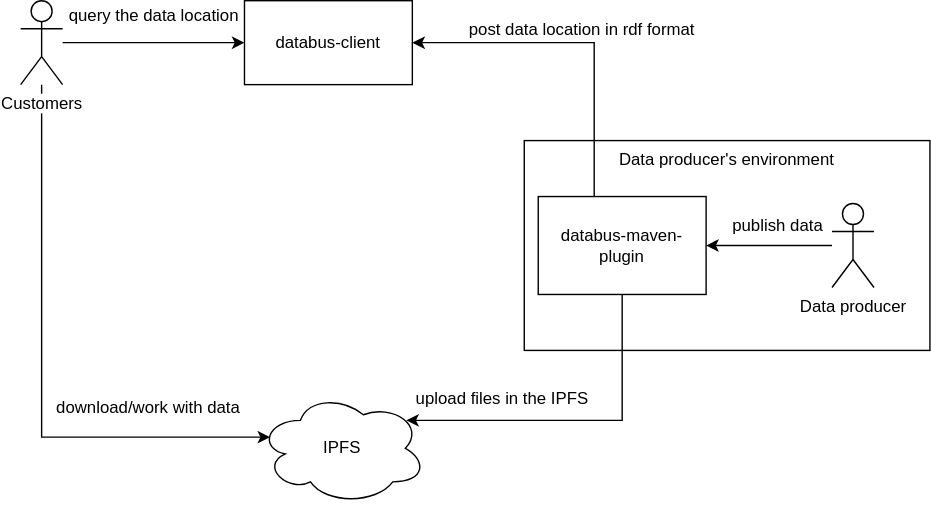
manonthegithub/GSoC-2020 keeps this draw.io diagram as dbpedia/new1.svg. Above is the earlier version. Source tidied: cells renumbered, new cells last; positions are measured from the earlier drawing's top-left corner, leaving out a move shared by most shapes.
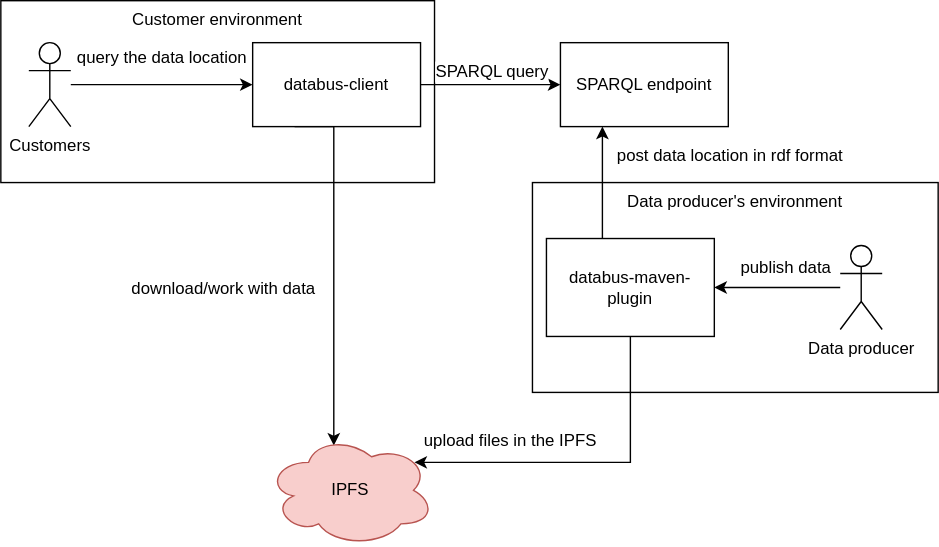
The same diagram one commit later.

The edit, as a diff of the source:
```diff
@@ -2,75 +2,95 @@
   <root>
     <mxCell id="0" />
     <mxCell id="1" parent="0" />
-    <mxCell id="2" style="edgeStyle=orthogonalEdgeStyle;rounded=0;jettySize=auto;html=1;entryX=0;entryY=0.5;entryDx=0;entryDy=0;" parent="1" edge="1" source="6" target="8">
-      <mxGeometry relative="1" as="geometry" />
+    <mxCell id="2" value="Customer environment" style="rounded=0;whiteSpace=wrap;html=1;verticalAlign=top;" parent="1" vertex="1">
+      <mxGeometry x="-20" y="-30" width="310" height="130" as="geometry" />
     </mxCell>
-    <mxCell id="3" value="query the data location" style="text;html=1;align=center;verticalAlign=middle;labelBackgroundColor=#ffffff;" parent="2" vertex="1">
-      <mxGeometry x="-0.22" relative="1" as="geometry">
-        <mxPoint x="13" y="-20" as="offset" />
-      </mxGeometry>
+    <mxCell id="3" style="edgeStyle=orthogonalEdgeStyle;rounded=0;jettySize=auto;html=1;entryX=0;entryY=0.5;entryDx=0;entryDy=0;" parent="1" edge="1" source="7" target="11">
+      <mxGeometry relative="1" as="geometry" />
     </mxCell>
-    <mxCell id="4" style="edgeStyle=orthogonalEdgeStyle;rounded=0;jettySize=auto;html=1;entryX=0.07;entryY=0.4;entryDx=0;entryDy=0;entryPerimeter=0;" parent="1" edge="1" source="6" target="7">
-      <mxGeometry relative="1" as="geometry">
-        <Array as="points">
-          <mxPoint x="15" y="312" />
-        </Array>
+    <mxCell id="4" value="query the data location" style="text;html=1;align=center;verticalAlign=middle;labelBackgroundColor=#ffffff;" parent="3" vertex="1">
+      <mxGeometry x="-0.22" relative="1" as="geometry">
+        <mxPoint x="13" y="-20" as="offset" />
       </mxGeometry>
     </mxCell>
-    <mxCell id="5" value="download/work with data" style="text;html=1;align=center;verticalAlign=middle;labelBackgroundColor=#ffffff;" parent="4" vertex="1">
-      <mxGeometry x="-0.29" y="1" relative="1" as="geometry">
-        <mxPoint x="74" y="82" as="offset" />
+    <mxCell id="5" style="edgeStyle=orthogonalEdgeStyle;rounded=0;jettySize=auto;html=1;entryX=0.4;entryY=0.1;entryDx=0;entryDy=0;entryPerimeter=0;exitX=0.25;exitY=1;exitDx=0;exitDy=0;" parent="1" edge="1" source="11" target="8">
+      <mxGeometry relative="1" as="geometry">
+        <Array as="points">
+          <mxPoint x="218" y="60" />
+        </Array>
       </mxGeometry>
     </mxCell>
-    <mxCell id="6" value="Customers" style="shape=umlActor;verticalLabelPosition=bottom;labelBackgroundColor=#ffffff;verticalAlign=top;html=1;outlineConnect=0;" parent="1" vertex="1">
-      <mxGeometry width="30" height="60" as="geometry" />
+    <mxCell id="6" value="download/work with data" style="text;html=1;align=center;verticalAlign=middle;points=[];labelBackgroundColor=#ffffff;" parent="5" vertex="1">
+      <mxGeometry x="-0.29" y="1" relative="1" as="geometry">
+        <mxPoint x="-81" y="52" as="offset" />
+      </mxGeometry>
     </mxCell>
-    <mxCell id="7" value="IPFS" style="ellipse;shape=cloud;whiteSpace=wrap;html=1;" parent="1" vertex="1">
-      <mxGeometry x="170" y="280" width="120" height="80" as="geometry" />
+    <mxCell id="7" value="Customers" style="shape=umlActor;verticalLabelPosition=bottom;labelBackgroundColor=#ffffff;verticalAlign=top;html=1;outlineConnect=0;" parent="1" vertex="1">
+      <mxGeometry width="30" height="60" as="geometry" />
     </mxCell>
-    <mxCell id="8" value="databus-client" style="rounded=0;whiteSpace=wrap;html=1;" parent="1" vertex="1">
-      <mxGeometry x="160" width="120" height="60" as="geometry" />
+    <mxCell id="8" value="IPFS" style="ellipse;shape=cloud;whiteSpace=wrap;html=1;fillColor=#f8cecc;strokeColor=#b85450;" parent="1" vertex="1">
+      <mxGeometry x="170" y="280" width="120" height="80" as="geometry" />
     </mxCell>
-    <mxCell id="9" value="Data producer's environment" style="rounded=0;whiteSpace=wrap;html=1;verticalAlign=top;" parent="1" vertex="1">
-      <mxGeometry x="360" y="100" width="290" height="150" as="geometry" />
+    <mxCell id="9" style="edgeStyle=orthogonalEdgeStyle;rounded=0;jettySize=auto;html=1;exitX=1;exitY=0.5;exitDx=0;exitDy=0;entryX=0;entryY=0.5;entryDx=0;entryDy=0;" parent="1" edge="1" source="11" target="21">
+      <mxGeometry relative="1" as="geometry">
+        <Array as="points">
+          <mxPoint x="315" y="30" />
+          <mxPoint x="315" y="30" />
+        </Array>
+      </mxGeometry>
     </mxCell>
-    <mxCell id="10" style="edgeStyle=orthogonalEdgeStyle;rounded=0;jettySize=auto;html=1;entryX=1;entryY=0.5;entryDx=0;entryDy=0;" parent="1" edge="1" source="12" target="17">
-      <mxGeometry relative="1" as="geometry" />
+    <mxCell id="10" value="SPARQL query" style="text;html=1;align=center;verticalAlign=middle;labelBackgroundColor=#ffffff;" parent="9" vertex="1">
+      <mxGeometry x="0.09" y="4" relative="1" as="geometry">
+        <mxPoint x="-4" y="-6" as="offset" />
+      </mxGeometry>
     </mxCell>
-    <mxCell id="11" value="publish data" style="text;html=1;align=center;verticalAlign=middle;points=[];labelBackgroundColor=#ffffff;" parent="10" vertex="1">
-      <mxGeometry x="0.07" y="3" relative="1" as="geometry">
-        <mxPoint x="8" y="-18" as="offset" />
-      </mxGeometry>
+    <mxCell id="11" value="databus-client" style="rounded=0;whiteSpace=wrap;html=1;" parent="1" vertex="1">
+      <mxGeometry x="160" width="120" height="60" as="geometry" />
     </mxCell>
-    <mxCell id="12" value="Data producer" style="shape=umlActor;verticalLabelPosition=bottom;labelBackgroundColor=#ffffff;verticalAlign=top;html=1;outlineConnect=0;" parent="1" vertex="1">
-      <mxGeometry x="580" y="145" width="30" height="60" as="geometry" />
+    <mxCell id="12" value="Data producer's environment" style="rounded=0;whiteSpace=wrap;html=1;verticalAlign=top;" parent="1" vertex="1">
+      <mxGeometry x="360" y="100" width="290" height="150" as="geometry" />
     </mxCell>
-    <mxCell id="13" style="edgeStyle=orthogonalEdgeStyle;rounded=0;jettySize=auto;html=1;entryX=0.88;entryY=0.25;entryDx=0;entryDy=0;entryPerimeter=0;" parent="1" edge="1" source="17" target="7">
-      <mxGeometry relative="1" as="geometry">
-        <Array as="points">
-          <mxPoint x="430" y="300" />
-        </Array>
-      </mxGeometry>
+    <mxCell id="13" style="edgeStyle=orthogonalEdgeStyle;rounded=0;jettySize=auto;html=1;entryX=1;entryY=0.5;entryDx=0;entryDy=0;" parent="1" edge="1" source="15" target="20">
+      <mxGeometry relative="1" as="geometry" />
     </mxCell>
-    <mxCell id="14" value="upload files in the IPFS" style="text;html=1;align=center;verticalAlign=middle;labelBackgroundColor=#ffffff;" parent="13" vertex="1">
-      <mxGeometry x="0.4" y="-2" relative="1" as="geometry">
-        <mxPoint x="-6" y="-14" as="offset" />
+    <mxCell id="14" value="publish data" style="text;html=1;align=center;verticalAlign=middle;labelBackgroundColor=#ffffff;" parent="13" vertex="1">
+      <mxGeometry x="0.07" y="3" relative="1" as="geometry">
+        <mxPoint x="8" y="-18" as="offset" />
       </mxGeometry>
     </mxCell>
-    <mxCell id="15" style="edgeStyle=orthogonalEdgeStyle;rounded=0;jettySize=auto;html=1;entryX=1;entryY=0.5;entryDx=0;entryDy=0;" parent="1" edge="1" source="17" target="8">
-      <mxGeometry relative="1" as="geometry">
-        <Array as="points">
-          <mxPoint x="410" y="30" />
-        </Array>
-      </mxGeometry>
+    <mxCell id="15" value="Data producer" style="shape=umlActor;verticalLabelPosition=bottom;labelBackgroundColor=#ffffff;verticalAlign=top;html=1;outlineConnect=0;" parent="1" vertex="1">
+      <mxGeometry x="580" y="145" width="30" height="60" as="geometry" />
     </mxCell>
-    <mxCell id="16" value="post&amp;nbsp;data location in rdf format" style="text;html=1;align=center;verticalAlign=middle;labelBackgroundColor=#ffffff;" parent="15" vertex="1">
-      <mxGeometry x="-0.12" y="-46" relative="1" as="geometry">
-        <mxPoint x="-56" y="-14" as="offset" />
+    <mxCell id="16" style="edgeStyle=orthogonalEdgeStyle;rounded=0;jettySize=auto;html=1;entryX=0.88;entryY=0.25;entryDx=0;entryDy=0;entryPerimeter=0;" parent="1" edge="1" source="20" target="8">
+      <mxGeometry relative="1" as="geometry">
+        <Array as="points">
+          <mxPoint x="430" y="300" />
+        </Array>
       </mxGeometry>
     </mxCell>
-    <mxCell id="17" value="databus-maven-plugin" style="rounded=0;whiteSpace=wrap;html=1;" parent="1" vertex="1">
-      <mxGeometry x="370" y="140" width="120" height="70" as="geometry" />
+    <mxCell id="17" value="upload files in the IPFS" style="text;html=1;align=center;verticalAlign=middle;points=[];labelBackgroundColor=#ffffff;" parent="16" vertex="1">
+      <mxGeometry x="0.4" y="-2" relative="1" as="geometry">
+        <mxPoint x="-6" y="-14" as="offset" />
+      </mxGeometry>
     </mxCell>
+    <mxCell id="18" style="edgeStyle=orthogonalEdgeStyle;rounded=0;jettySize=auto;html=1;entryX=0.25;entryY=1;entryDx=0;entryDy=0;" parent="1" edge="1" source="20" target="21">
+      <mxGeometry relative="1" as="geometry">
+        <Array as="points">
+          <mxPoint x="410" y="120" />
+          <mxPoint x="410" y="120" />
+        </Array>
+      </mxGeometry>
+    </mxCell>
+    <mxCell id="19" value="post&amp;nbsp;data location in rdf format" style="text;html=1;align=center;verticalAlign=middle;labelBackgroundColor=#ffffff;" parent="18" vertex="1">
+      <mxGeometry x="-0.12" y="-46" relative="1" as="geometry">
+        <mxPoint x="44" y="-25" as="offset" />
+      </mxGeometry>
+    </mxCell>
+    <mxCell id="20" value="databus-maven-plugin" style="rounded=0;whiteSpace=wrap;html=1;" parent="1" vertex="1">
+      <mxGeometry x="370" y="140" width="120" height="70" as="geometry" />
+    </mxCell>
+    <mxCell id="21" value="SPARQL endpoint" style="rounded=0;whiteSpace=wrap;html=1;" parent="1" vertex="1">
+      <mxGeometry x="380" width="120" height="60" as="geometry" />
+    </mxCell>
   </root>
 </mxGraphModel>
```
